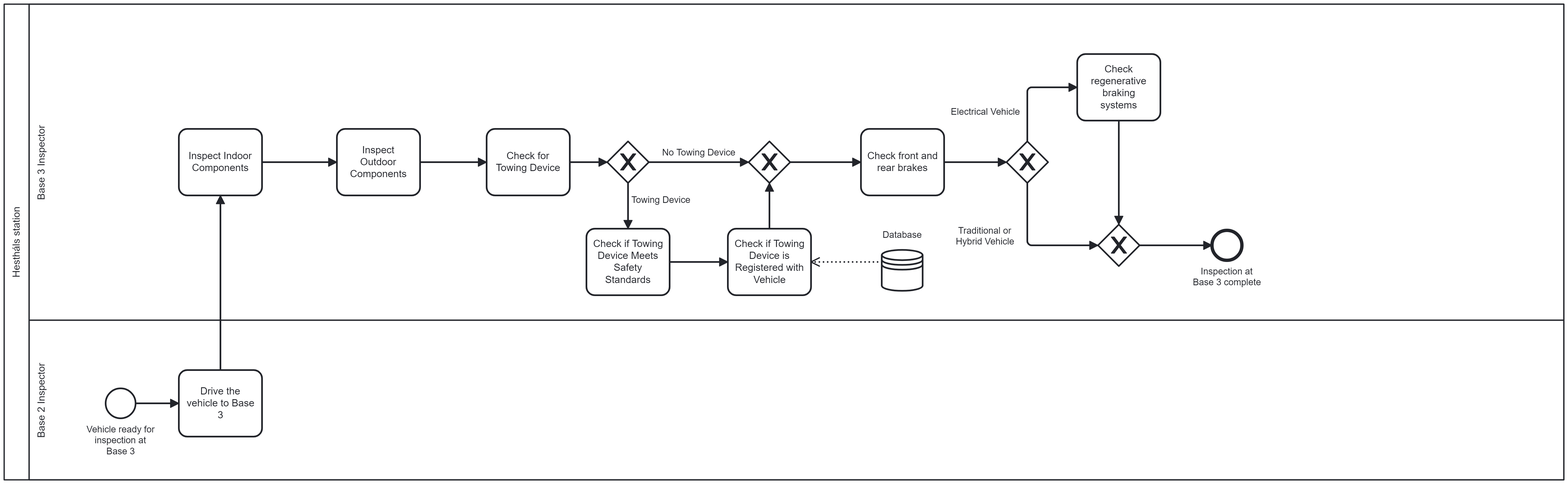
Before: process_modeling/to_be_processes/sub_process_3/subprocesso_3.png, a diagram exported from BPMN (franciscoAbreuTecnico/Business-Process-Engineering-and-Technology). Its source is kept beside it as process_modeling/to_be_processes/sub_process_3/subprocesso_3.bpmn. Ids are renumbered.
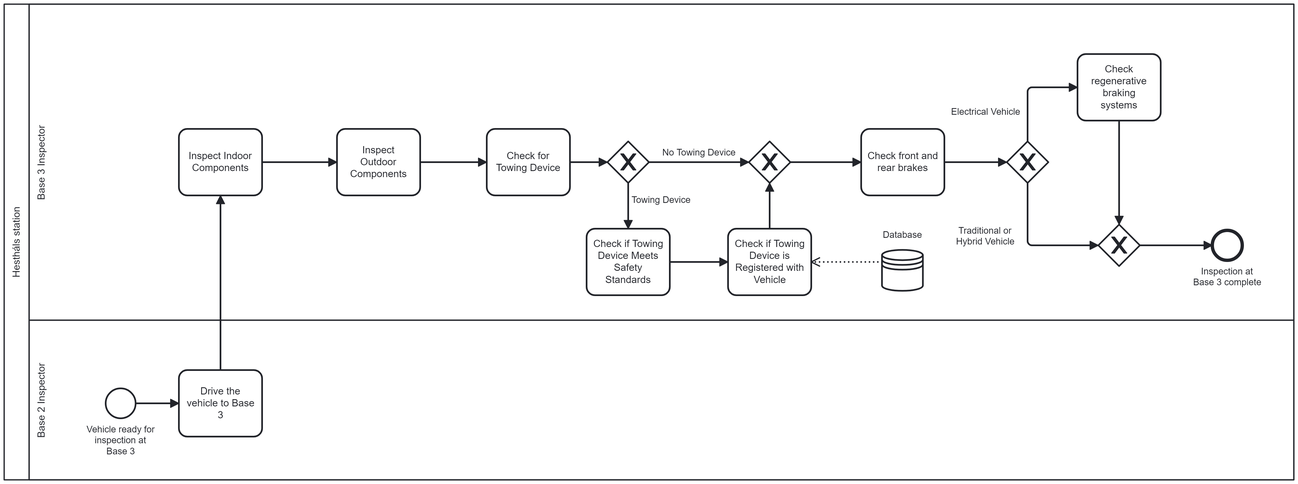
The same diagram one commit later.

Diff of the diagram source:
```diff
@@ -106,15 +106,15 @@
   <bpmndi:BPMNDiagram id="BPMNDiagram_1">
     <bpmndi:BPMNPlane id="BPMNPlane_1" bpmnElement="Collaboration_n2">
       <bpmndi:BPMNShape id="Participant_n3_di" bpmnElement="Participant_n3" isHorizontal="true">
-        <dc:Bounds x="200" y="80" width="1875" height="572" />
+        <dc:Bounds x="200" y="80" width="1550" height="572" />
         <bpmndi:BPMNLabel />
       </bpmndi:BPMNShape>
       <bpmndi:BPMNShape id="Lane_n19_di" bpmnElement="Lane_n19" isHorizontal="true">
-        <dc:Bounds x="230" y="460" width="1845" height="192" />
+        <dc:Bounds x="230" y="460" width="1520" height="192" />
         <bpmndi:BPMNLabel />
       </bpmndi:BPMNShape>
       <bpmndi:BPMNShape id="Lane_n6_di" bpmnElement="Lane_n6" isHorizontal="true">
-        <dc:Bounds x="230" y="80" width="1845" height="380" />
+        <dc:Bounds x="230" y="80" width="1520" height="380" />
         <bpmndi:BPMNLabel />
       </bpmndi:BPMNShape>
       <bpmndi:BPMNShape id="StartEvent_1_di" bpmnElement="StartEvent_1">
```
